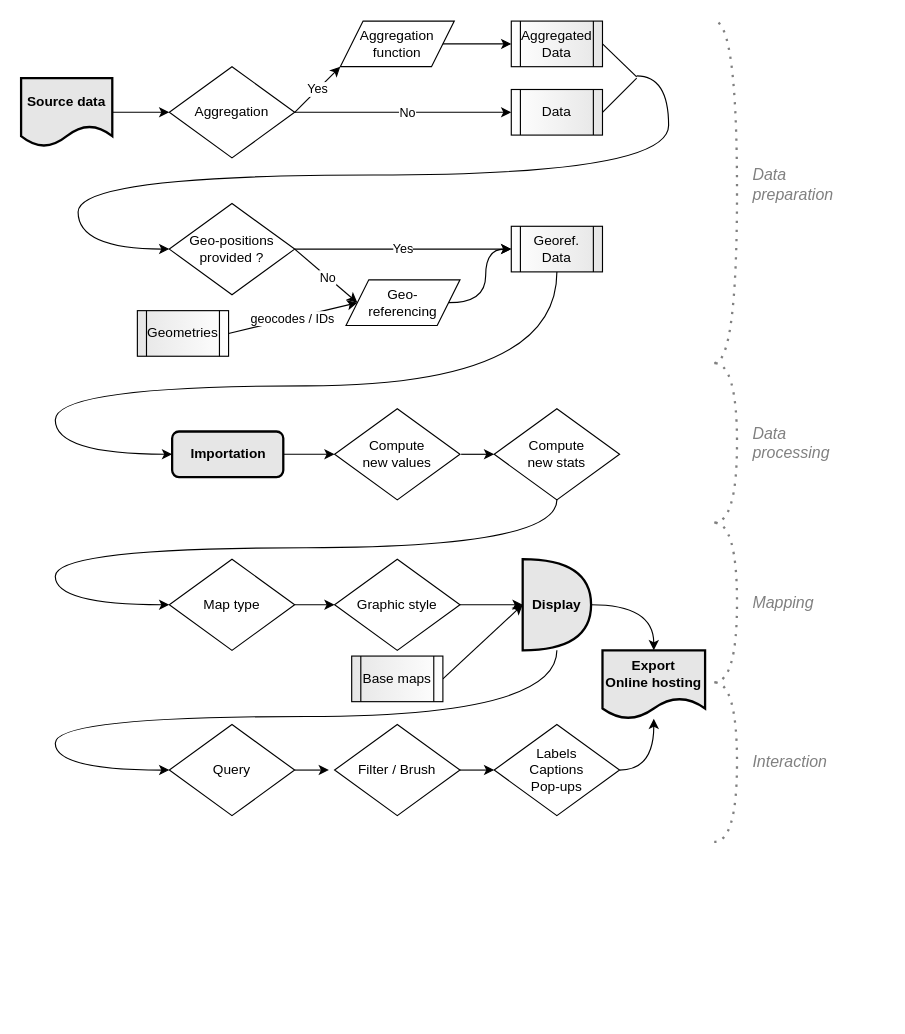
Before: Diagramme sans nom.drawio in ljegou/geotests, a draw.io diagram. Source tidied: cells renumbered, new cells numbered last; positions are measured from the earlier drawing's top-left corner, leaving out a move shared by most shapes. Both pictures are drawn from the tidied source at 114%, with x=0, y=0 at pixel (21, 21).
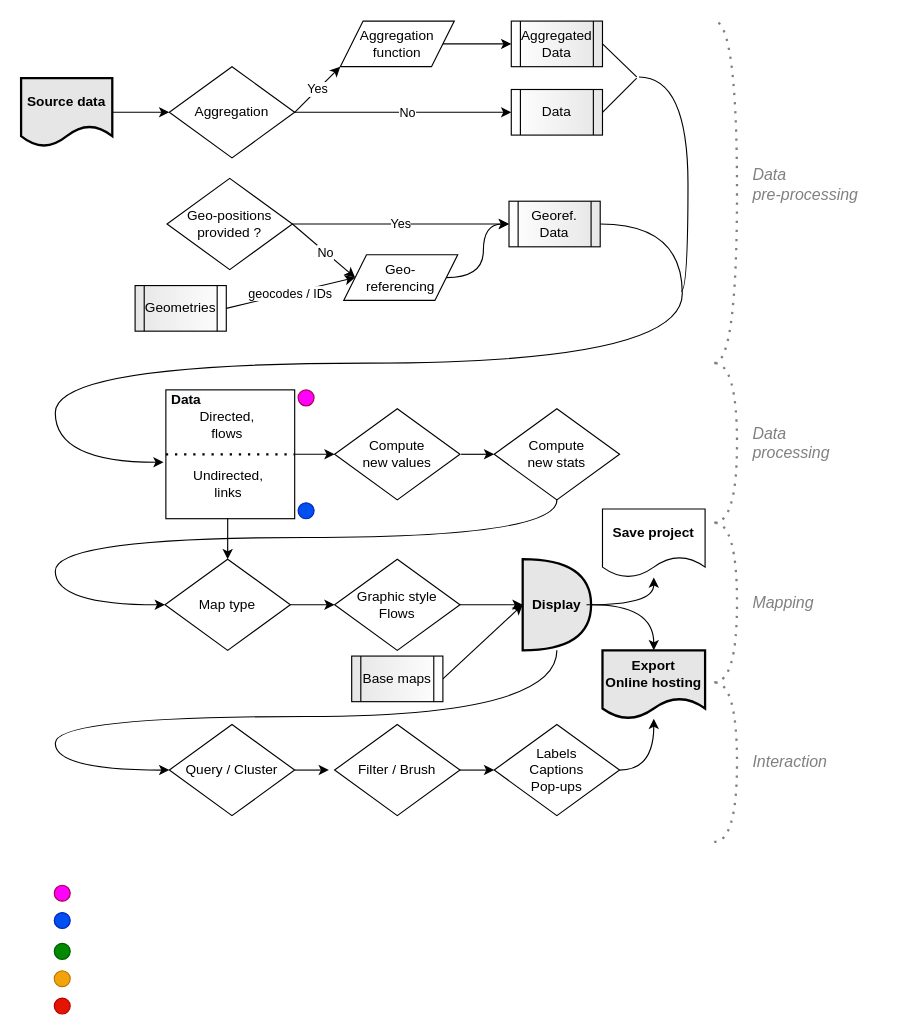
The same diagram, later.

Commit message:
Mettre à jour Diagramme sans nom.drawio

The change refers to these unchanged cells:
```xml
<mxCell id="26" value="Compute&lt;br&gt;new values" style="rhombus;whiteSpace=wrap;html=1;sketch=0;" parent="1" vertex="1">
  <mxGeometry x="275" y="340" width="110" height="80" as="geometry" />
</mxCell>
```

Change to the diagram source:
```diff
@@
+    <mxCell id="55" style="whiteSpace=wrap;html=1;strokeWidth=1;" parent="1" vertex="1">
+      <mxGeometry x="127" y="323.5" width="113" height="113" as="geometry" />
+    </mxCell>
@@
     <mxCell id="3" value="Geo-positions provided ?" style="rhombus;whiteSpace=wrap;html=1;sketch=0;" parent="1" vertex="1">
-      <mxGeometry x="130" y="160" width="110" height="80" as="geometry" />
+      <mxGeometry x="128" y="138" width="110" height="80" as="geometry" />
     </mxCell>
@@
-    <mxCell id="13" style="endArrow=classic;html=1;entryX=0;entryY=0.5;entryDx=0;entryDy=0;edgeStyle=orthogonalEdgeStyle;curved=1;" parent="1" edge="1" target="3">
-      <mxGeometry relative="1" as="geometry">
-        <mxPoint x="540" y="48" as="sourcePoint" />
-        <Array as="points">
-          <mxPoint x="568" y="48" />
-          <mxPoint x="568" y="135" />
-          <mxPoint x="50" y="135" />
-          <mxPoint x="50" y="200" />
-        </Array>
-      </mxGeometry>
-    </mxCell>
@@
     <mxCell id="17" value="Geo-&lt;br&gt;referencing" style="shape=parallelogram;perimeter=parallelogramPerimeter;whiteSpace=wrap;html=1;fixedSize=1;sketch=0;" parent="1" vertex="1">
-      <mxGeometry x="285" y="227" width="100" height="40" as="geometry" />
+      <mxGeometry x="283" y="205" width="100" height="40" as="geometry" />
     </mxCell>
@@
     <mxCell id="19" value="Georef.&lt;br&gt;Data" style="shape=process;whiteSpace=wrap;html=1;backgroundOutline=1;sketch=0;gradientDirection=east;gradientColor=#E6E6E6;" parent="1" vertex="1">
-      <mxGeometry x="430" y="180" width="80" height="40" as="geometry" />
+      <mxGeometry x="428" y="158" width="80" height="40" as="geometry" />
     </mxCell>
     <mxCell id="20" style="endArrow=classic;html=1;entryX=0;entryY=0.5;entryDx=0;entryDy=0;" parent="1" edge="1" target="17">
       <mxGeometry relative="1" as="geometry">
-        <mxPoint x="240" y="200" as="sourcePoint" />
+        <mxPoint x="238" y="178" as="sourcePoint" />
       </mxGeometry>
     </mxCell>
@@
     <mxCell id="22" value="Geometries" style="shape=process;whiteSpace=wrap;html=1;backgroundOutline=1;sketch=0;gradientColor=#ffffff;fillColor=#E6E6E6;gradientDirection=east;" parent="1" vertex="1">
-      <mxGeometry x="102" y="254" width="80" height="40" as="geometry" />
+      <mxGeometry x="100" y="232" width="80" height="40" as="geometry" />
     </mxCell>
@@
-    <mxCell id="24" style="endArrow=classic;html=1;edgeStyle=orthogonalEdgeStyle;curved=1;" parent="1" edge="1" source="19" target="25">
+    <mxCell id="24" style="endArrow=classic;html=1;edgeStyle=orthogonalEdgeStyle;curved=1;exitX=1;exitY=0.5;exitDx=0;exitDy=0;" parent="1" edge="1" source="19">
       <mxGeometry relative="1" as="geometry">
+        <mxPoint x="125" y="387" as="targetPoint" />
         <Array as="points">
-          <mxPoint x="470" y="320" />
-          <mxPoint x="30" y="320" />
-          <mxPoint x="30" y="380" />
+          <mxPoint x="580" y="178" />
+          <mxPoint x="580" y="300" />
+          <mxPoint x="30" y="300" />
+          <mxPoint x="30" y="387" />
         </Array>
       </mxGeometry>
     </mxCell>
-    <mxCell id="25" value="Importation" style="rounded=1;whiteSpace=wrap;html=1;sketch=0;fillColor=#E6E6E6;fontStyle=1;strokeWidth=2;" parent="1" vertex="1">
-      <mxGeometry x="132.5" y="360" width="97.5" height="40" as="geometry" />
-    </mxCell>
@@
-    <mxCell id="28" style="endArrow=classic;html=1;exitX=1;exitY=0.5;exitDx=0;exitDy=0;" parent="1" edge="1" source="25" target="26">
+    <mxCell id="28" style="endArrow=classic;html=1;exitX=1;exitY=0.5;exitDx=0;exitDy=0;" parent="1" edge="1" source="55" target="26">
       <mxGeometry relative="1" as="geometry" />
     </mxCell>
@@
     <mxCell id="30" style="endArrow=classic;html=1;entryX=0;entryY=0.5;entryDx=0;entryDy=0;edgeStyle=orthogonalEdgeStyle;curved=1;" parent="1" edge="1" target="31">
       <mxGeometry relative="1" as="geometry">
         <mxPoint x="470" y="420" as="sourcePoint" />
         <Array as="points">
-          <mxPoint x="470" y="462" />
-          <mxPoint x="30" y="462" />
+          <mxPoint x="470" y="453" />
+          <mxPoint x="30" y="453" />
           <mxPoint x="30" y="512" />
         </Array>
       </mxGeometry>
     </mxCell>
     <mxCell id="31" value="Map type" style="rhombus;whiteSpace=wrap;html=1;sketch=0;" parent="1" vertex="1">
-      <mxGeometry x="130" y="472" width="110" height="80" as="geometry" />
+      <mxGeometry x="126.2" y="472" width="110" height="80" as="geometry" />
     </mxCell>
-    <mxCell id="32" value="Graphic style" style="rhombus;whiteSpace=wrap;html=1;sketch=0;" parent="1" vertex="1">
+    <mxCell id="32" value="Graphic style&lt;br&gt;Flows" style="rhombus;whiteSpace=wrap;html=1;sketch=0;" parent="1" vertex="1">
       <mxGeometry x="275" y="472" width="110" height="80" as="geometry" />
     </mxCell>
-    <mxCell id="33" style="endArrow=classic;html=1;entryX=0;entryY=0.5;entryDx=0;entryDy=0;" parent="1" edge="1" target="32">
-      <mxGeometry relative="1" as="geometry">
-        <mxPoint x="240" y="512" as="sourcePoint" />
-      </mxGeometry>
+    <mxCell id="33" style="endArrow=classic;html=1;entryX=0;entryY=0.5;entryDx=0;entryDy=0;exitX=1;exitY=0.5;exitDx=0;exitDy=0;" parent="1" edge="1" source="31" target="32">
+      <mxGeometry relative="1" as="geometry" />
     </mxCell>
@@
-    <mxCell id="39" value="Query" style="rhombus;whiteSpace=wrap;html=1;sketch=0;" parent="1" vertex="1">
+    <mxCell id="39" value="Query / Cluster" style="rhombus;whiteSpace=wrap;html=1;sketch=0;" parent="1" vertex="1">
       <mxGeometry x="130" y="617" width="110" height="80" as="geometry" />
     </mxCell>
@@
-    <mxCell id="47" value="Data&lt;br&gt;preparation" style="text;html=1;strokeColor=none;align=left;verticalAlign=middle;whiteSpace=wrap;rounded=0;sketch=0;fontColor=#808080;fontStyle=2;fontSize=14;" parent="1" vertex="1">
+    <mxCell id="47" value="Data&lt;br&gt;pre-processing" style="text;html=1;strokeColor=none;align=left;verticalAlign=middle;whiteSpace=wrap;rounded=0;sketch=0;fontColor=#808080;fontStyle=2;fontSize=14;" parent="1" vertex="1">
       <mxGeometry x="640" y="133" width="109" height="20" as="geometry" />
     </mxCell>
@@
+    <mxCell id="56" style="endArrow=classic;html=1;entryX=0.5;entryY=0;entryDx=0;entryDy=0;exitX=0.48;exitY=0.997;exitDx=0;exitDy=0;exitPerimeter=0;" parent="1" edge="1" source="55" target="31">
+      <mxGeometry relative="1" as="geometry" />
+    </mxCell>
+    <mxCell id="57" style="ellipse;whiteSpace=wrap;html=1;strokeColor=#A50040;fontColor=#ffffff;fillColor=#FF00FF;" parent="1" vertex="1">
+      <mxGeometry x="29.1" y="758" width="14" height="14" as="geometry" />
+    </mxCell>
+    <mxCell id="58" style="ellipse;whiteSpace=wrap;html=1;fillColor=#0050ef;strokeColor=#001DBC;fontColor=#ffffff;" parent="1" vertex="1">
+      <mxGeometry x="29.1" y="782" width="14" height="14" as="geometry" />
+    </mxCell>
+    <mxCell id="59" style="ellipse;whiteSpace=wrap;html=1;fillColor=#008a00;strokeColor=#005700;fontColor=#ffffff;" parent="1" vertex="1">
+      <mxGeometry x="29.1" y="809" width="14" height="14" as="geometry" />
+    </mxCell>
+    <mxCell id="60" style="ellipse;whiteSpace=wrap;html=1;fillColor=#f0a30a;strokeColor=#BD7000;fontColor=#ffffff;" parent="1" vertex="1">
+      <mxGeometry x="29.1" y="833" width="14" height="14" as="geometry" />
+    </mxCell>
+    <mxCell id="61" style="ellipse;whiteSpace=wrap;html=1;fillColor=#e51400;strokeColor=#B20000;fontColor=#ffffff;" parent="1" vertex="1">
+      <mxGeometry x="29.1" y="857" width="14" height="14" as="geometry" />
+    </mxCell>
+    <mxCell id="62" value="Save project" style="shape=document;whiteSpace=wrap;html=1;boundedLbl=1;sketch=0;fontStyle=1;strokeWidth=1;" parent="1" vertex="1">
+      <mxGeometry x="510" y="428" width="90" height="60" as="geometry" />
+    </mxCell>
+    <mxCell id="63" style="endArrow=classic;html=1;edgeStyle=orthogonalEdgeStyle;curved=1;" parent="1" edge="1" target="62">
+      <mxGeometry relative="1" as="geometry">
+        <mxPoint x="496" y="512" as="sourcePoint" />
+      </mxGeometry>
+    </mxCell>
+    <mxCell id="64" value="&lt;span style=&quot;color: rgb(0 , 0 , 0) ; font-family: &amp;#34;helvetica&amp;#34; ; font-size: 12px ; font-style: normal ; font-weight: 700 ; letter-spacing: normal ; text-align: center ; text-indent: 0px ; text-transform: none ; word-spacing: 0px ; background-color: rgb(248 , 249 , 250) ; display: inline ; float: none&quot;&gt;Data&lt;/span&gt;" style="text;whiteSpace=wrap;html=1;" parent="1" vertex="1">
+      <mxGeometry x="130.2" y="318" width="72" height="28" as="geometry" />
+    </mxCell>
+    <mxCell id="65" style="endArrow=none;dashed=1;html=1;dashPattern=1 3;strokeWidth=2;exitX=0;exitY=0.5;exitDx=0;exitDy=0;entryX=1;entryY=0.5;entryDx=0;entryDy=0;" parent="1" edge="1" source="55" target="55">
+      <mxGeometry relative="1" as="geometry" />
+    </mxCell>
+    <mxCell id="66" value="Directed, flows" style="text;html=1;strokeColor=none;fillColor=none;align=center;verticalAlign=middle;whiteSpace=wrap;rounded=0;dashed=1;" parent="1" vertex="1">
+      <mxGeometry x="161.2" y="344" width="40" height="20" as="geometry" />
+    </mxCell>
+    <mxCell id="67" value="Undirected, links" style="text;html=1;strokeColor=none;fillColor=none;align=center;verticalAlign=middle;whiteSpace=wrap;rounded=0;dashed=1;" parent="1" vertex="1">
+      <mxGeometry x="162.2" y="396" width="40" height="20" as="geometry" />
+    </mxCell>
+    <mxCell id="68" style="ellipse;whiteSpace=wrap;html=1;strokeColor=#A50040;fontColor=#ffffff;fillColor=#FF00FF;" parent="1" vertex="1">
+      <mxGeometry x="243" y="323.5" width="14" height="14" as="geometry" />
+    </mxCell>
+    <mxCell id="69" style="ellipse;whiteSpace=wrap;html=1;fillColor=#0050ef;strokeColor=#001DBC;fontColor=#ffffff;" parent="1" vertex="1">
+      <mxGeometry x="243" y="422.5" width="14" height="14" as="geometry" />
+    </mxCell>
+    <mxCell id="70" style="endArrow=none;html=1;edgeStyle=orthogonalEdgeStyle;curved=1;" parent="1" edge="1">
+      <mxGeometry relative="1" as="geometry">
+        <mxPoint x="579" y="237" as="sourcePoint" />
+        <mxPoint x="542" y="49" as="targetPoint" />
+        <Array as="points">
+          <mxPoint x="585" y="237" />
+          <mxPoint x="585" y="49" />
+        </Array>
+      </mxGeometry>
+    </mxCell>
```
